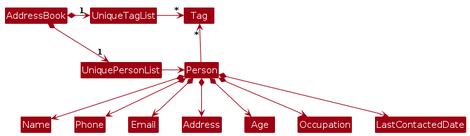
Before: diagrams/BetterModelClassDiagram.png, a diagram exported from PlantUML (AY2526S1-CS2103T-F15a-2/tp). Its source is kept beside it as diagrams/BetterModelClassDiagram.puml. Source of this version:
```plantuml
@startuml
!include style.puml
skinparam arrowThickness 1.1
skinparam arrowColor MODEL_COLOR
skinparam classBackgroundColor MODEL_COLOR

AddressBook *-right-> "1" UniquePersonList
AddressBook *-right-> "1" UniqueTagList
UniqueTagList -[hidden]down- UniquePersonList
UniqueTagList -[hidden]down- UniquePersonList

UniqueTagList -right-> "*" Tag
UniquePersonList -right-> Person

Person -up-> "*" Tag

Person *--> Name
Person *--> Phone
Person *--> Email
Person *--> Address
Person *--> Age
Person *--> Occupation
Person *--> LastContactedDate
@enduml
```
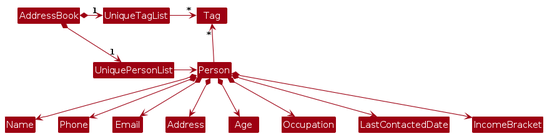
After the commit.

What changed in the source:
```diff
@@ -21,4 +21,5 @@
 Person *--> Age
 Person *--> Occupation
 Person *--> LastContactedDate
+Person *--> IncomeBracket
 @enduml
```
